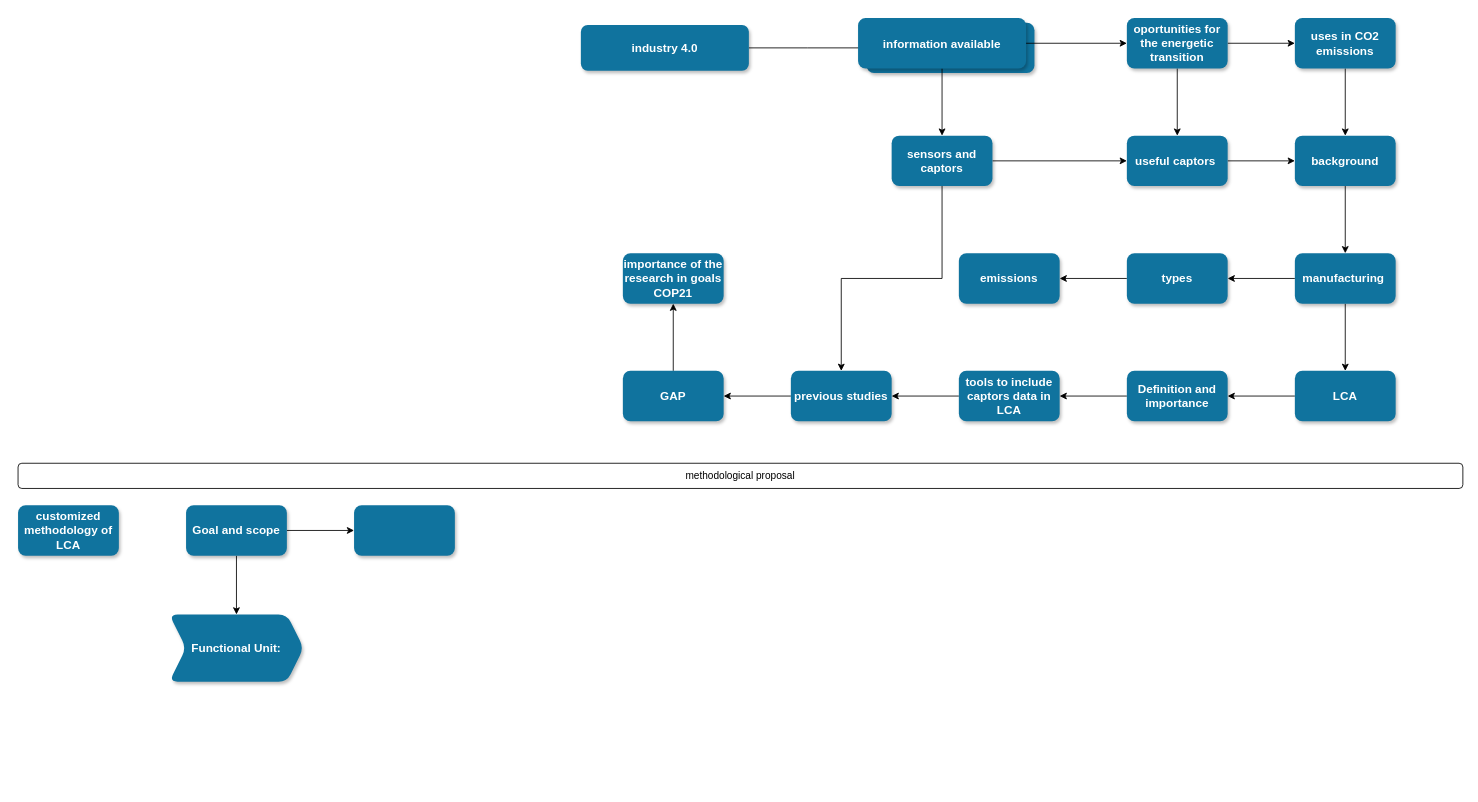
Above: Diagramme sans nom.drawio in samuelqh/dlca_m (draw.io), before the change. Source tidied: cells renumbered, new cells numbered last; positions are measured from the earlier drawing's top-left corner, leaving out a move shared by most shapes. Both pictures are drawn from the tidied source at 84%, with x=0, y=0 at pixel (18, 18).
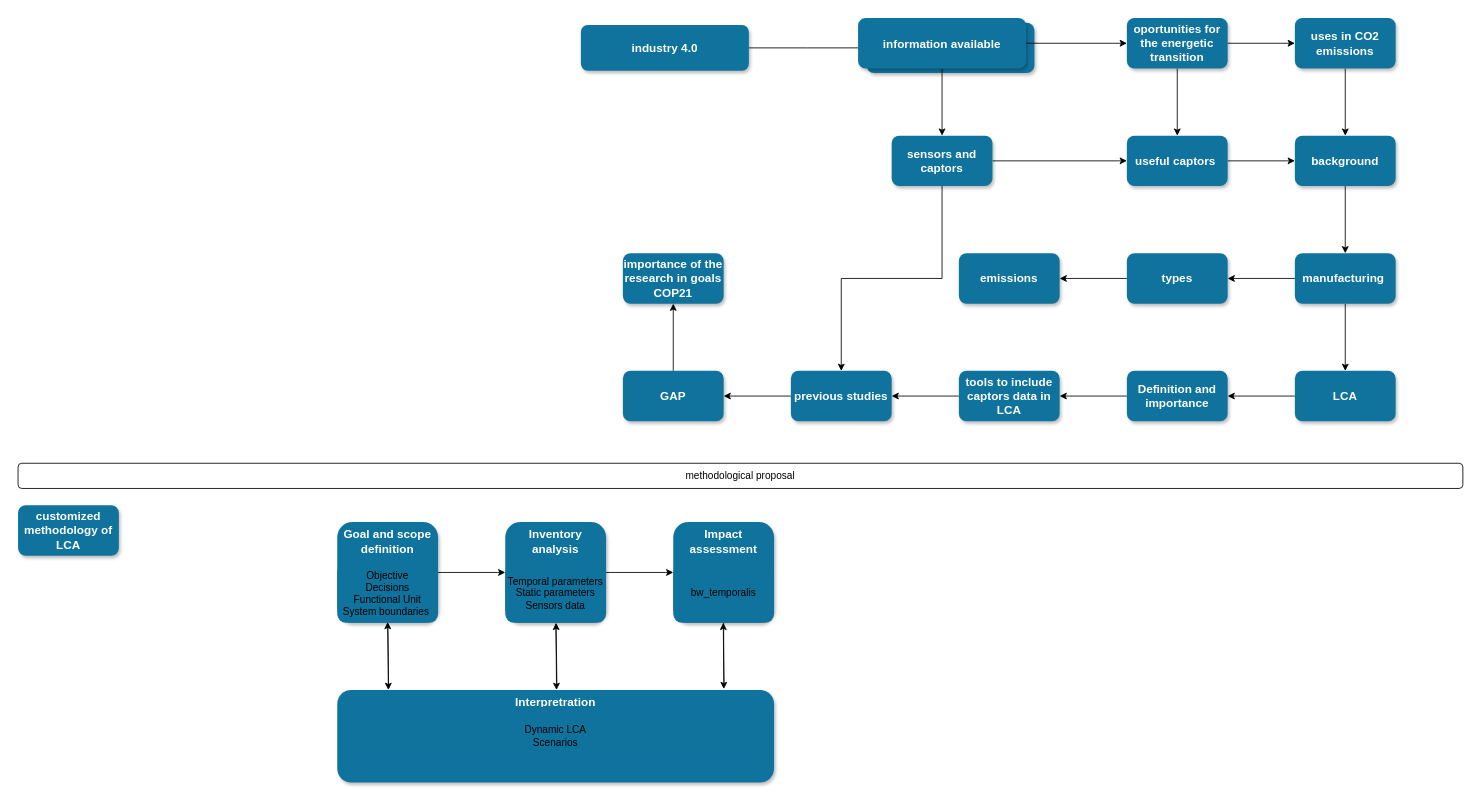
After the change.

Commit message:
Mettre à jour Diagramme sans nom.drawio

Change to the diagram source:
```diff
@@
-    <mxCell id="39" style="edgeStyle=orthogonalEdgeStyle;rounded=0;jettySize=auto;html=1;" parent="1" edge="1" source="40" target="42">
-      <mxGeometry relative="1" as="geometry" />
-    </mxCell>
-    <mxCell id="40" value="Goal and scope" style="whiteSpace=wrap;html=1;fontSize=14;fillColor=#10739E;strokeColor=none;fontColor=#FFFFFF;rounded=1;shadow=1;gradientColor=none;fontStyle=1;" parent="1" vertex="1">
-      <mxGeometry x="200" y="580" width="120" height="60" as="geometry" />
+    <mxCell id="40" value="Goal and scope definition" style="whiteSpace=wrap;html=1;fontSize=14;fillColor=#10739E;strokeColor=none;fontColor=#FFFFFF;rounded=1;shadow=1;gradientColor=none;fontStyle=1;verticalAlign=top;" parent="1" vertex="1">
+      <mxGeometry x="380" y="600" width="120" height="120" as="geometry" />
     </mxCell>
+    <mxCell id="44" style="edgeStyle=orthogonalEdgeStyle;rounded=0;jettySize=auto;html=1;" parent="1" edge="1" source="41" target="46">
+      <mxGeometry relative="1" as="geometry" />
+    </mxCell>
-    <mxCell id="41" style="whiteSpace=wrap;html=1;fontSize=14;fillColor=#10739E;strokeColor=none;fontColor=#FFFFFF;rounded=1;shadow=1;gradientColor=none;fontStyle=1;" parent="1" vertex="1">
-      <mxGeometry x="400" y="580" width="120" height="60" as="geometry" />
+    <mxCell id="41" value="Inventory analysis" style="whiteSpace=wrap;html=1;fontSize=14;fillColor=#10739E;strokeColor=none;fontColor=#FFFFFF;rounded=1;shadow=1;gradientColor=none;fontStyle=1;verticalAlign=top;" parent="1" vertex="1">
+      <mxGeometry x="580" y="600" width="120" height="120" as="geometry" />
     </mxCell>
-    <mxCell id="42" value="Functional Unit:&lt;br&gt;" style="shape=step;perimeter=stepPerimeter;whiteSpace=wrap;html=1;fixedSize=1;fontSize=14;fillColor=#10739E;strokeColor=none;fontColor=#FFFFFF;rounded=1;shadow=1;gradientColor=none;fontStyle=1;" parent="1" vertex="1">
-      <mxGeometry x="180" y="710" width="160" height="80" as="geometry" />
-    </mxCell>
@@
+    <mxCell id="45" style="edgeStyle=orthogonalEdgeStyle;rounded=0;jettySize=auto;html=1;entryX=0.885;entryY=-0.011;entryDx=0;entryDy=0;entryPerimeter=0;" parent="1" edge="1" source="46" target="47">
+      <mxGeometry relative="1" as="geometry" />
+    </mxCell>
+    <mxCell id="46" value="Impact assessment" style="whiteSpace=wrap;html=1;fontSize=14;fillColor=#10739E;strokeColor=none;fontColor=#FFFFFF;rounded=1;shadow=1;gradientColor=none;fontStyle=1;verticalAlign=top;" parent="1" vertex="1">
+      <mxGeometry x="780" y="600" width="120" height="120" as="geometry" />
+    </mxCell>
+    <mxCell id="47" value="Interpretration" style="whiteSpace=wrap;html=1;fontSize=14;fillColor=#10739E;strokeColor=none;fontColor=#FFFFFF;rounded=1;shadow=1;gradientColor=none;fontStyle=1;horizontal=1;verticalAlign=top;" parent="1" vertex="1">
+      <mxGeometry x="380" y="800" width="520" height="110" as="geometry" />
+    </mxCell>
+    <mxCell id="48" style="edgeStyle=orthogonalEdgeStyle;rounded=0;jettySize=auto;html=1;entryX=0.502;entryY=-0.001;entryDx=0;entryDy=0;entryPerimeter=0;" parent="1" edge="1" target="47">
+      <mxGeometry relative="1" as="geometry">
+        <mxPoint x="640.2" y="721" as="sourcePoint" />
+      </mxGeometry>
+    </mxCell>
+    <mxCell id="49" style="edgeStyle=orthogonalEdgeStyle;rounded=0;jettySize=auto;html=1;entryX=0.117;entryY=-0.001;entryDx=0;entryDy=0;entryPerimeter=0;" parent="1" edge="1" target="47">
+      <mxGeometry relative="1" as="geometry">
+        <mxPoint x="440.2" y="721" as="sourcePoint" />
+      </mxGeometry>
+    </mxCell>
+    <mxCell id="50" style="endArrow=classic;html=1;rounded=0;" parent="1" edge="1">
+      <mxGeometry relative="1" as="geometry">
+        <mxPoint x="441" y="794" as="sourcePoint" />
+        <mxPoint x="440" y="719" as="targetPoint" />
+      </mxGeometry>
+    </mxCell>
+    <mxCell id="51" style="endArrow=classic;html=1;rounded=0;" parent="1" edge="1">
+      <mxGeometry relative="1" as="geometry">
+        <mxPoint x="641.5" y="795" as="sourcePoint" />
+        <mxPoint x="640.5" y="720" as="targetPoint" />
+      </mxGeometry>
+    </mxCell>
+    <mxCell id="52" style="endArrow=classic;html=1;rounded=0;" parent="1" edge="1">
+      <mxGeometry relative="1" as="geometry">
+        <mxPoint x="840.5" y="795" as="sourcePoint" />
+        <mxPoint x="839.5" y="720" as="targetPoint" />
+      </mxGeometry>
+    </mxCell>
+    <mxCell id="53" value="Objective&lt;br&gt;Decisions&lt;br&gt;Functional Unit&lt;br&gt;System boundaries&amp;nbsp;" style="rounded=1;whiteSpace=wrap;html=1;fillColor=#10739E;strokeColor=none;" parent="1" vertex="1">
+      <mxGeometry x="380" y="650" width="120" height="70" as="geometry" />
+    </mxCell>
+    <mxCell id="54" value="Temporal parameters&lt;br&gt;Static parameters&lt;br&gt;Sensors data" style="rounded=1;whiteSpace=wrap;html=1;fillColor=#10739E;strokeColor=none;" parent="1" vertex="1">
+      <mxGeometry x="580" y="650" width="120" height="70" as="geometry" />
+    </mxCell>
+    <mxCell id="55" value="bw_temporalis" style="rounded=1;whiteSpace=wrap;html=1;fillColor=#10739E;strokeColor=none;" parent="1" vertex="1">
+      <mxGeometry x="780" y="650" width="120" height="70" as="geometry" />
+    </mxCell>
+    <mxCell id="56" value="Dynamic LCA&lt;br&gt;Scenarios" style="rounded=1;whiteSpace=wrap;html=1;fillColor=#10739E;strokeColor=none;" parent="1" vertex="1">
+      <mxGeometry x="400" y="820" width="480" height="70" as="geometry" />
+    </mxCell>
```
